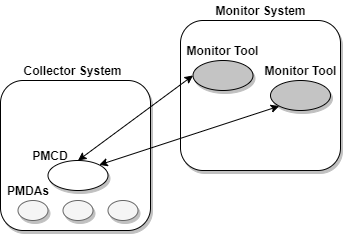
performancecopilot/pcp keeps this draw.io diagram as images/remote-deploy.png. Above is the earlier version. Source tidied: cells renumbered, new cells last; positions are measured from the earlier drawing's top-left corner, leaving out a move shared by most shapes.
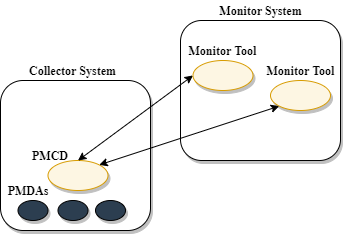
Above is the later version.

The edit, as a diff of the source:
```diff
@@ -2,53 +2,57 @@
   <root>
     <mxCell id="0" />
     <mxCell id="1" parent="0" />
-    <mxCell id="2" style="rounded=1;whiteSpace=wrap;html=1;shadow=1;fontStyle=1;" parent="1" vertex="1">
-      <mxGeometry y="80" width="150" height="150" as="geometry" />
-    </mxCell>
-    <mxCell id="3" style="rounded=1;whiteSpace=wrap;html=1;shadow=1;fontStyle=1;" parent="1" vertex="1">
-      <mxGeometry x="180" y="20" width="160" height="150" as="geometry" />
-    </mxCell>
-    <mxCell id="4" style="ellipse;whiteSpace=wrap;html=1;fillColor=#C4C4C4;shadow=1;fontStyle=1;" parent="1" vertex="1">
-      <mxGeometry x="192.5" y="60" width="60" height="30" as="geometry" />
-    </mxCell>
-    <mxCell id="5" style="ellipse;whiteSpace=wrap;html=1;fillColor=#C4C4C4;shadow=1;fontStyle=1;" parent="1" vertex="1">
-      <mxGeometry x="270" y="80" width="60" height="30" as="geometry" />
-    </mxCell>
-    <mxCell id="6" style="ellipse;whiteSpace=wrap;html=1;shadow=1;fontStyle=1;" parent="1" vertex="1">
-      <mxGeometry x="47.5" y="160" width="60" height="30" as="geometry" />
-    </mxCell>
-    <mxCell id="7" style="ellipse;whiteSpace=wrap;html=1;fillColor=#f5f5f5;strokeColor=#666666;fontColor=#333333;shadow=1;fontStyle=1;" parent="1" vertex="1">
-      <mxGeometry x="17.5" y="200" width="30" height="20" as="geometry" />
-    </mxCell>
-    <mxCell id="8" style="ellipse;whiteSpace=wrap;html=1;fillColor=#f5f5f5;strokeColor=#666666;fontColor=#333333;shadow=1;fontStyle=1;" parent="1" vertex="1">
-      <mxGeometry x="62.5" y="200" width="30" height="20" as="geometry" />
-    </mxCell>
-    <mxCell id="9" style="ellipse;whiteSpace=wrap;html=1;fillColor=#f5f5f5;strokeColor=#666666;fontColor=#333333;shadow=1;fontStyle=1;" parent="1" vertex="1">
-      <mxGeometry x="107.5" y="200" width="30" height="20" as="geometry" />
-    </mxCell>
-    <mxCell id="10" style="endArrow=classic;startArrow=classic;html=1;exitX=0.5;exitY=0;exitDx=0;exitDy=0;entryX=0;entryY=0.5;entryDx=0;entryDy=0;shadow=0;fontStyle=1;" parent="1" edge="1" source="6" target="4">
-      <mxGeometry relative="1" as="geometry" />
-    </mxCell>
-    <mxCell id="11" style="endArrow=classic;startArrow=classic;html=1;exitX=1;exitY=0;exitDx=0;exitDy=0;entryX=0;entryY=1;entryDx=0;entryDy=0;shadow=0;fontStyle=1;" parent="1" edge="1" source="6" target="5">
-      <mxGeometry relative="1" as="geometry" />
-    </mxCell>
+    <mxCell id="18" style="rounded=1;whiteSpace=wrap;html=1;shadow=1;fontStyle=1;fontFamily=Sans;" parent="1" vertex="1">
+      <mxGeometry y="80" width="150" height="150" as="geometry" />
+    </mxCell>
+    <mxCell id="19" style="rounded=1;whiteSpace=wrap;html=1;shadow=1;fontStyle=1;fontFamily=Sans;" parent="1" vertex="1">
+      <mxGeometry x="180" y="20" width="160" height="140" as="geometry" />
+    </mxCell>
+    <mxCell id="20" style="ellipse;whiteSpace=wrap;html=1;shadow=1;fontStyle=1;fillColor=#FDF6E3;strokeColor=#D79B00;fontFamily=Sans;" parent="1" vertex="1">
+      <mxGeometry x="47.5" y="160" width="60" height="30" as="geometry" />
+    </mxCell>
+    <mxCell id="21" style="ellipse;whiteSpace=wrap;html=1;fontColor=#333333;shadow=1;fontStyle=1;fillColor=#2C3E50;fontFamily=Sans;" parent="1" vertex="1">
+      <mxGeometry x="17.5" y="200" width="30" height="20" as="geometry" />
+    </mxCell>
+    <mxCell id="22" style="endArrow=classic;startArrow=classic;html=1;exitX=0.5;exitY=0;exitDx=0;exitDy=0;entryX=0;entryY=0.5;entryDx=0;entryDy=0;shadow=0;fontStyle=1;fontFamily=Sans;" parent="1" edge="1" source="20">
+      <mxGeometry relative="1" as="geometry">
+        <mxPoint x="192.5" y="75" as="targetPoint" />
+      </mxGeometry>
+    </mxCell>
+    <mxCell id="23" style="endArrow=classic;startArrow=classic;html=1;exitX=1;exitY=0;exitDx=0;exitDy=0;entryX=0;entryY=1;entryDx=0;entryDy=0;shadow=0;fontStyle=1;fontFamily=Sans;" parent="1" edge="1" source="20">
+      <mxGeometry relative="1" as="geometry">
+        <mxPoint x="278.8" y="105.6" as="targetPoint" />
+      </mxGeometry>
+    </mxCell>
-    <mxCell id="12" value="Collector System" style="text;html=1;strokeColor=none;fillColor=none;align=center;verticalAlign=middle;whiteSpace=wrap;rounded=0;shadow=1;fontStyle=1;" parent="1" vertex="1">
+    <mxCell id="12" value="Collector System" style="text;html=1;strokeColor=none;fillColor=none;align=center;verticalAlign=middle;whiteSpace=wrap;rounded=0;shadow=1;fontStyle=1;fontFamily=Sans;" parent="1" vertex="1">
       <mxGeometry x="20" y="60" width="105" height="20" as="geometry" />
     </mxCell>
-    <mxCell id="13" value="Monitor System" style="text;html=1;strokeColor=none;fillColor=none;align=center;verticalAlign=middle;whiteSpace=wrap;rounded=0;shadow=1;fontStyle=1;" parent="1" vertex="1">
+    <mxCell id="13" value="Monitor System" style="text;html=1;strokeColor=none;fillColor=none;align=center;verticalAlign=middle;whiteSpace=wrap;rounded=0;shadow=1;fontStyle=1;fontFamily=Sans;" parent="1" vertex="1">
       <mxGeometry x="212.5" width="95" height="20" as="geometry" />
     </mxCell>
-    <mxCell id="14" value="Monitor Tool" style="text;html=1;strokeColor=none;fillColor=none;align=center;verticalAlign=middle;whiteSpace=wrap;rounded=0;shadow=1;fontStyle=1;" parent="1" vertex="1">
-      <mxGeometry x="175" y="40" width="95" height="20" as="geometry" />
-    </mxCell>
-    <mxCell id="15" value="Monitor Tool" style="text;html=1;strokeColor=none;fillColor=none;align=center;verticalAlign=middle;whiteSpace=wrap;rounded=0;shadow=1;fontStyle=1;" parent="1" vertex="1">
-      <mxGeometry x="252.5" y="60" width="95" height="20" as="geometry" />
-    </mxCell>
+    <mxCell id="24" value="Monitor Tool" style="text;html=1;strokeColor=none;fillColor=none;align=center;verticalAlign=middle;whiteSpace=wrap;rounded=0;shadow=1;fontStyle=1;fontFamily=Sans;" parent="1" vertex="1">
+      <mxGeometry x="175" y="40" width="95" height="20" as="geometry" />
+    </mxCell>
+    <mxCell id="25" value="Monitor Tool" style="text;html=1;strokeColor=none;fillColor=none;align=center;verticalAlign=middle;whiteSpace=wrap;rounded=0;shadow=1;fontStyle=1;fontFamily=Sans;" parent="1" vertex="1">
+      <mxGeometry x="252.5" y="60" width="95" height="20" as="geometry" />
+    </mxCell>
-    <mxCell id="16" value="PMCD" style="text;html=1;strokeColor=none;fillColor=none;align=center;verticalAlign=middle;whiteSpace=wrap;rounded=0;shadow=1;fontStyle=1;" parent="1" vertex="1">
+    <mxCell id="16" value="PMCD" style="text;html=1;strokeColor=none;fillColor=none;align=center;verticalAlign=middle;whiteSpace=wrap;rounded=0;shadow=1;fontStyle=1;fontFamily=Sans;" parent="1" vertex="1">
       <mxGeometry x="30" y="145" width="40" height="20" as="geometry" />
     </mxCell>
-    <mxCell id="17" value="PMDAs" style="text;html=1;strokeColor=none;fillColor=none;align=center;verticalAlign=middle;whiteSpace=wrap;rounded=0;shadow=1;fontStyle=1;" parent="1" vertex="1">
+    <mxCell id="17" value="PMDAs" style="text;html=1;strokeColor=none;fillColor=none;align=center;verticalAlign=middle;whiteSpace=wrap;rounded=0;shadow=1;fontStyle=1;fontFamily=Sans;" parent="1" vertex="1">
       <mxGeometry x="7.5" y="180" width="40" height="20" as="geometry" />
     </mxCell>
+    <mxCell id="26" style="ellipse;whiteSpace=wrap;html=1;fontColor=#333333;shadow=1;fontStyle=1;fillColor=#2C3E50;fontFamily=Sans;" parent="1" vertex="1">
+      <mxGeometry x="95" y="200" width="30" height="20" as="geometry" />
+    </mxCell>
+    <mxCell id="27" style="ellipse;whiteSpace=wrap;html=1;fontColor=#333333;shadow=1;fontStyle=1;fillColor=#2C3E50;fontFamily=Sans;" parent="1" vertex="1">
+      <mxGeometry x="57.5" y="200" width="30" height="20" as="geometry" />
+    </mxCell>
+    <mxCell id="28" style="ellipse;whiteSpace=wrap;html=1;shadow=1;fontStyle=1;fillColor=#FDF6E3;strokeColor=#D79B00;fontFamily=Sans;" parent="1" vertex="1">
+      <mxGeometry x="270" y="80" width="60" height="30" as="geometry" />
+    </mxCell>
+    <mxCell id="29" style="ellipse;whiteSpace=wrap;html=1;shadow=1;fontStyle=1;fillColor=#FDF6E3;strokeColor=#D79B00;fontFamily=Sans;" parent="1" vertex="1">
+      <mxGeometry x="192.5" y="60" width="60" height="30" as="geometry" />
+    </mxCell>
   </root>
 </mxGraphModel>
```
